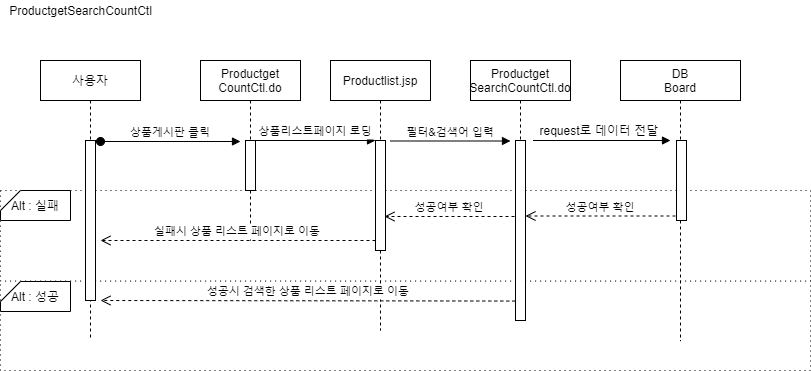
Earlier version of the draw.io export Document/Sequence_Diagram/product/Product Sequence_Diagram-ProductgetSearchCountCtl.png (JungCG/PotatoMarket). Source tidied: cells renumbered, new cells last; positions are measured from the earlier drawing's top-left corner, leaving out a move shared by most shapes. Source of this version:
```xml
<mxGraphModel>
  <root>
    <mxCell id="0" />
    <mxCell id="1" parent="0" />
    <mxCell id="2" style="rounded=0;whiteSpace=wrap;html=1;dashed=1;dashPattern=1 4;" parent="1" vertex="1">
      <mxGeometry y="280" width="810" height="90" as="geometry" />
    </mxCell>
    <mxCell id="3" style="rounded=0;whiteSpace=wrap;html=1;dashed=1;dashPattern=1 4;" parent="1" vertex="1">
      <mxGeometry y="190" width="810" height="90.6" as="geometry" />
    </mxCell>
    <mxCell id="4" value="사용자" style="shape=umlLifeline;perimeter=lifelinePerimeter;rounded=0;shadow=0;strokeWidth=1;" parent="1" vertex="1">
      <mxGeometry x="40" y="60" width="100" height="280" as="geometry" />
    </mxCell>
    <mxCell id="5" style="perimeter=orthogonalPerimeter;rounded=0;shadow=0;strokeWidth=1;" parent="4" vertex="1">
      <mxGeometry x="45" y="80" width="10" height="160" as="geometry" />
    </mxCell>
    <mxCell id="6" value="Productlist.jsp" style="shape=umlLifeline;perimeter=lifelinePerimeter;rounded=0;shadow=0;strokeWidth=1;" parent="1" vertex="1">
      <mxGeometry x="330" y="60" width="100" height="270" as="geometry" />
    </mxCell>
    <mxCell id="7" style="points=[];perimeter=orthogonalPerimeter;rounded=0;shadow=0;strokeWidth=1;" parent="6" vertex="1">
      <mxGeometry x="45" y="80" width="10" height="110" as="geometry" />
    </mxCell>
    <mxCell id="8" value="성공시 검색한 상품 리스트 페이지로 이동" style="verticalAlign=bottom;endArrow=open;dashed=1;endSize=8;shadow=0;strokeWidth=1;exitX=-0.02;exitY=0.892;exitDx=0;exitDy=0;exitPerimeter=0;" parent="1" edge="1" source="18">
      <mxGeometry relative="1" as="geometry">
        <mxPoint x="100" y="300" as="targetPoint" />
      </mxGeometry>
    </mxCell>
    <mxCell id="9" value="상품리스트페이지 로딩" style="verticalAlign=bottom;endArrow=block;entryX=0;entryY=0;shadow=0;strokeWidth=1;" parent="1" edge="1" source="13" target="7">
      <mxGeometry relative="1" as="geometry" />
    </mxCell>
    <mxCell id="10" value="Alt : 성공" style="shape=card;whiteSpace=wrap;html=1;size=20;rotation=0;" parent="1" vertex="1">
      <mxGeometry y="281" width="70" height="30" as="geometry" />
    </mxCell>
    <mxCell id="11" value="Alt : 실패" style="shape=card;whiteSpace=wrap;html=1;size=20;rotation=0;" parent="1" vertex="1">
      <mxGeometry y="190" width="70" height="30" as="geometry" />
    </mxCell>
    <mxCell id="12" value="Productget&#10;CountCtl.do" style="shape=umlLifeline;perimeter=lifelinePerimeter;rounded=0;shadow=0;strokeWidth=1;" parent="1" vertex="1">
      <mxGeometry x="200" y="60" width="100" height="180" as="geometry" />
    </mxCell>
    <mxCell id="13" style="points=[];perimeter=orthogonalPerimeter;rounded=0;shadow=0;strokeWidth=1;" parent="12" vertex="1">
      <mxGeometry x="45" y="80" width="10" height="50" as="geometry" />
    </mxCell>
    <mxCell id="14" value="ProductgetSearchCountCtl" style="text;html=1;align=center;verticalAlign=middle;" parent="1" vertex="1">
      <mxGeometry width="160" height="20" as="geometry" />
    </mxCell>
    <mxCell id="15" value="상품게시판 클릭" style="verticalAlign=bottom;startArrow=oval;endArrow=block;startSize=8;shadow=0;strokeWidth=1;" parent="1" edge="1">
      <mxGeometry relative="1" as="geometry">
        <mxPoint x="100" y="141" as="sourcePoint" />
        <mxPoint x="240" y="141" as="targetPoint" />
      </mxGeometry>
    </mxCell>
    <mxCell id="16" value="실패시 상품 리스트 페이지로 이동" style="verticalAlign=bottom;endArrow=open;dashed=1;endSize=8;shadow=0;strokeWidth=1;" parent="1" edge="1">
      <mxGeometry relative="1" as="geometry">
        <mxPoint x="375" y="240" as="sourcePoint" />
        <mxPoint x="100" y="240" as="targetPoint" />
      </mxGeometry>
    </mxCell>
    <mxCell id="17" value="Productget&#10;SearchCountCtl.do" style="shape=umlLifeline;perimeter=lifelinePerimeter;rounded=0;shadow=0;strokeWidth=1;" parent="1" vertex="1">
      <mxGeometry x="470" y="60" width="100" height="260" as="geometry" />
    </mxCell>
    <mxCell id="18" style="points=[];perimeter=orthogonalPerimeter;rounded=0;shadow=0;strokeWidth=1;" parent="17" vertex="1">
      <mxGeometry x="45" y="80" width="10" height="180" as="geometry" />
    </mxCell>
    <mxCell id="19" value="필터&amp;검색어 입력" style="verticalAlign=bottom;endArrow=block;entryX=0;entryY=0;shadow=0;strokeWidth=1;" parent="1" edge="1">
      <mxGeometry relative="1" as="geometry">
        <mxPoint x="390" y="140.5" as="sourcePoint" />
        <mxPoint x="510" y="140.5" as="targetPoint" />
      </mxGeometry>
    </mxCell>
    <mxCell id="20" value="DB&#10;Board" style="shape=umlLifeline;perimeter=lifelinePerimeter;rounded=0;shadow=0;strokeWidth=1;" parent="1" vertex="1">
      <mxGeometry x="620" y="60" width="120" height="280.6" as="geometry" />
    </mxCell>
    <mxCell id="21" style="perimeter=orthogonalPerimeter;rounded=0;shadow=0;strokeWidth=1;" parent="20" vertex="1">
      <mxGeometry x="56" y="80" width="10" height="80" as="geometry" />
    </mxCell>
    <mxCell id="22" style="group;" parent="1" vertex="1">
      <mxGeometry x="520" y="120" width="150" height="40" as="geometry" />
    </mxCell>
    <mxCell id="23" value="&amp;nbsp; &amp;nbsp; &amp;nbsp; &amp;nbsp; &amp;nbsp; &amp;nbsp;request로 데이터 전달" style="text;html=1;align=center;verticalAlign=middle;" parent="22" vertex="1">
      <mxGeometry x="-20" width="160" height="20" as="geometry" />
    </mxCell>
    <mxCell id="24" style="verticalAlign=bottom;endArrow=block;entryX=0;entryY=0;shadow=0;strokeWidth=1;" parent="22" edge="1">
      <mxGeometry relative="1" as="geometry">
        <mxPoint x="12.5" y="20" as="sourcePoint" />
        <mxPoint x="150" y="20" as="targetPoint" />
      </mxGeometry>
    </mxCell>
    <mxCell id="25" value="성공여부 확인" style="verticalAlign=bottom;endArrow=open;dashed=1;endSize=8;shadow=0;strokeWidth=1;entryX=0.935;entryY=0.795;entryDx=0;entryDy=0;entryPerimeter=0;" parent="1" edge="1">
      <mxGeometry relative="1" as="geometry">
        <mxPoint x="675" y="215.5" as="sourcePoint" />
        <mxPoint x="525" y="215.5" as="targetPoint" />
      </mxGeometry>
    </mxCell>
    <mxCell id="26" value="성공여부 확인" style="verticalAlign=bottom;endArrow=open;dashed=1;endSize=8;shadow=0;strokeWidth=1;entryX=0.935;entryY=0.795;entryDx=0;entryDy=0;entryPerimeter=0;" parent="1" edge="1">
      <mxGeometry relative="1" as="geometry">
        <mxPoint x="514" y="216" as="sourcePoint" />
        <mxPoint x="384" y="216" as="targetPoint" />
      </mxGeometry>
    </mxCell>
  </root>
</mxGraphModel>
```
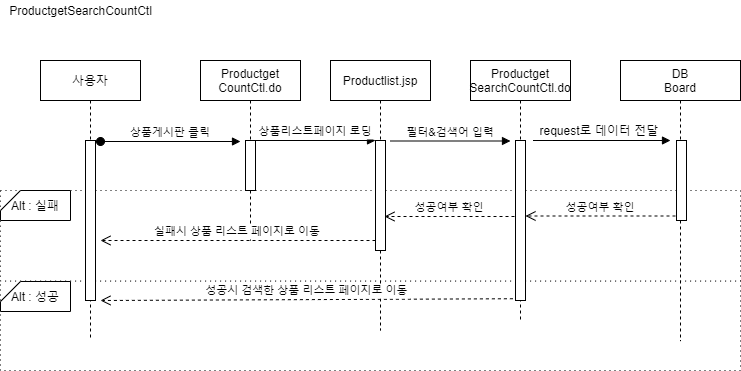
Later version of the same file.

What changed in the source:
```diff
@@ -3,10 +3,10 @@
     <mxCell id="0" />
     <mxCell id="1" parent="0" />
     <mxCell id="2" style="rounded=0;whiteSpace=wrap;html=1;dashed=1;dashPattern=1 4;" parent="1" vertex="1">
-      <mxGeometry y="280" width="810" height="90" as="geometry" />
+      <mxGeometry y="280" width="740" height="90" as="geometry" />
     </mxCell>
     <mxCell id="3" style="rounded=0;whiteSpace=wrap;html=1;dashed=1;dashPattern=1 4;" parent="1" vertex="1">
-      <mxGeometry y="190" width="810" height="90.6" as="geometry" />
+      <mxGeometry y="190" width="740" height="90.6" as="geometry" />
     </mxCell>
     <mxCell id="4" value="사용자" style="shape=umlLifeline;perimeter=lifelinePerimeter;rounded=0;shadow=0;strokeWidth=1;" parent="1" vertex="1">
       <mxGeometry x="40" y="60" width="100" height="280" as="geometry" />
@@ -20,7 +20,7 @@
     <mxCell id="7" style="points=[];perimeter=orthogonalPerimeter;rounded=0;shadow=0;strokeWidth=1;" parent="6" vertex="1">
       <mxGeometry x="45" y="80" width="10" height="110" as="geometry" />
     </mxCell>
-    <mxCell id="8" value="성공시 검색한 상품 리스트 페이지로 이동" style="verticalAlign=bottom;endArrow=open;dashed=1;endSize=8;shadow=0;strokeWidth=1;exitX=-0.02;exitY=0.892;exitDx=0;exitDy=0;exitPerimeter=0;" parent="1" edge="1" source="18">
+    <mxCell id="8" value="성공시 검색한 상품 리스트 페이지로 이동" style="verticalAlign=bottom;endArrow=open;dashed=1;endSize=8;shadow=0;strokeWidth=1;exitX=-0.26;exitY=0.989;exitDx=0;exitDy=0;exitPerimeter=0;" parent="1" edge="1" source="18">
       <mxGeometry relative="1" as="geometry">
         <mxPoint x="100" y="300" as="targetPoint" />
       </mxGeometry>
@@ -59,7 +59,7 @@
       <mxGeometry x="470" y="60" width="100" height="260" as="geometry" />
     </mxCell>
     <mxCell id="18" style="points=[];perimeter=orthogonalPerimeter;rounded=0;shadow=0;strokeWidth=1;" parent="17" vertex="1">
-      <mxGeometry x="45" y="80" width="10" height="180" as="geometry" />
+      <mxGeometry x="45" y="80" width="10" height="160" as="geometry" />
     </mxCell>
     <mxCell id="19" value="필터&amp;검색어 입력" style="verticalAlign=bottom;endArrow=block;entryX=0;entryY=0;shadow=0;strokeWidth=1;" parent="1" edge="1">
       <mxGeometry relative="1" as="geometry">
```
